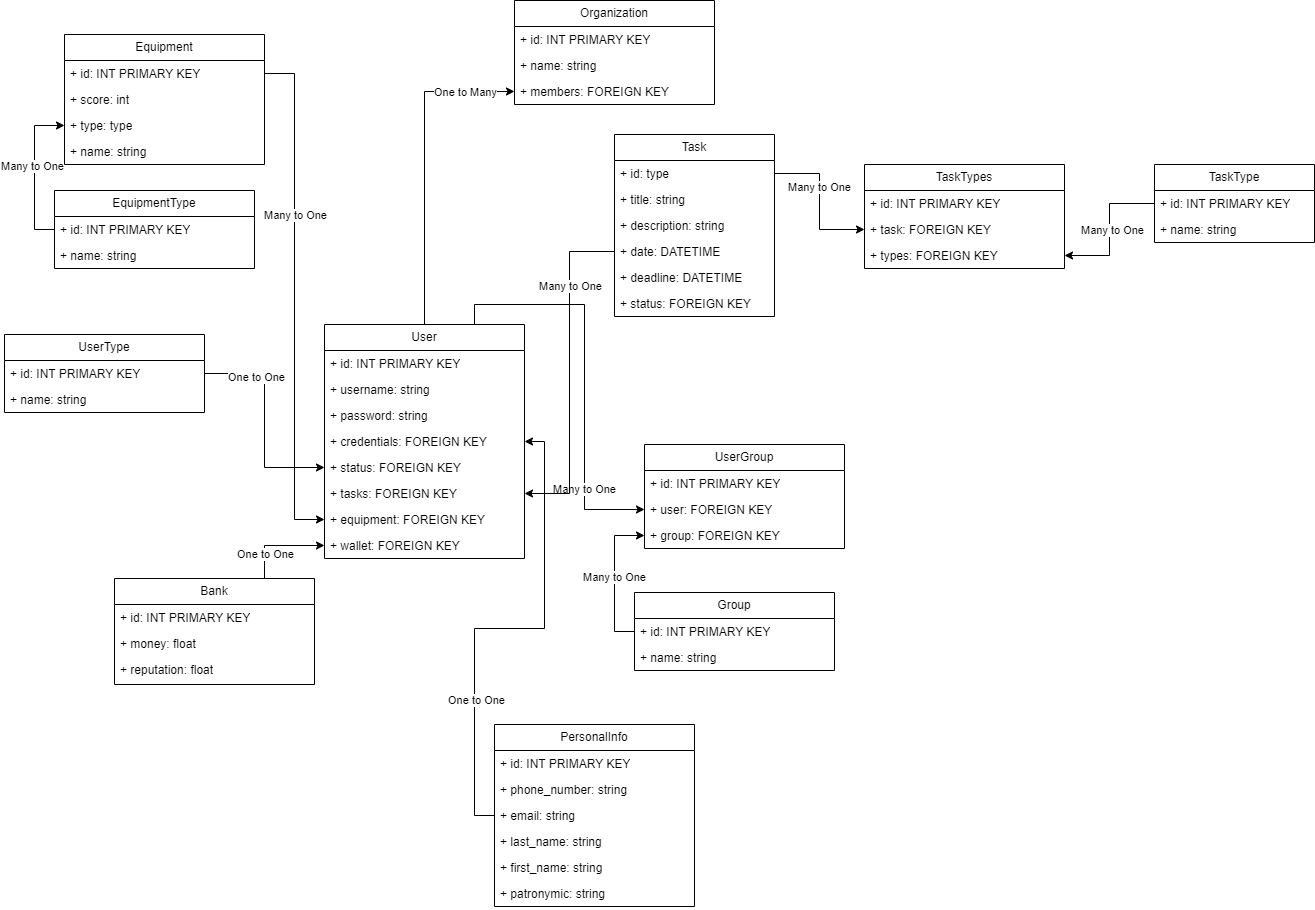
NLShiro/BasedDannye keeps this draw.io diagram as LR1Diagram.drawio.png. Above is the earlier version. Source tidied: cells renumbered, new cells last; positions are measured from the earlier drawing's top-left corner, leaving out a move shared by most shapes.
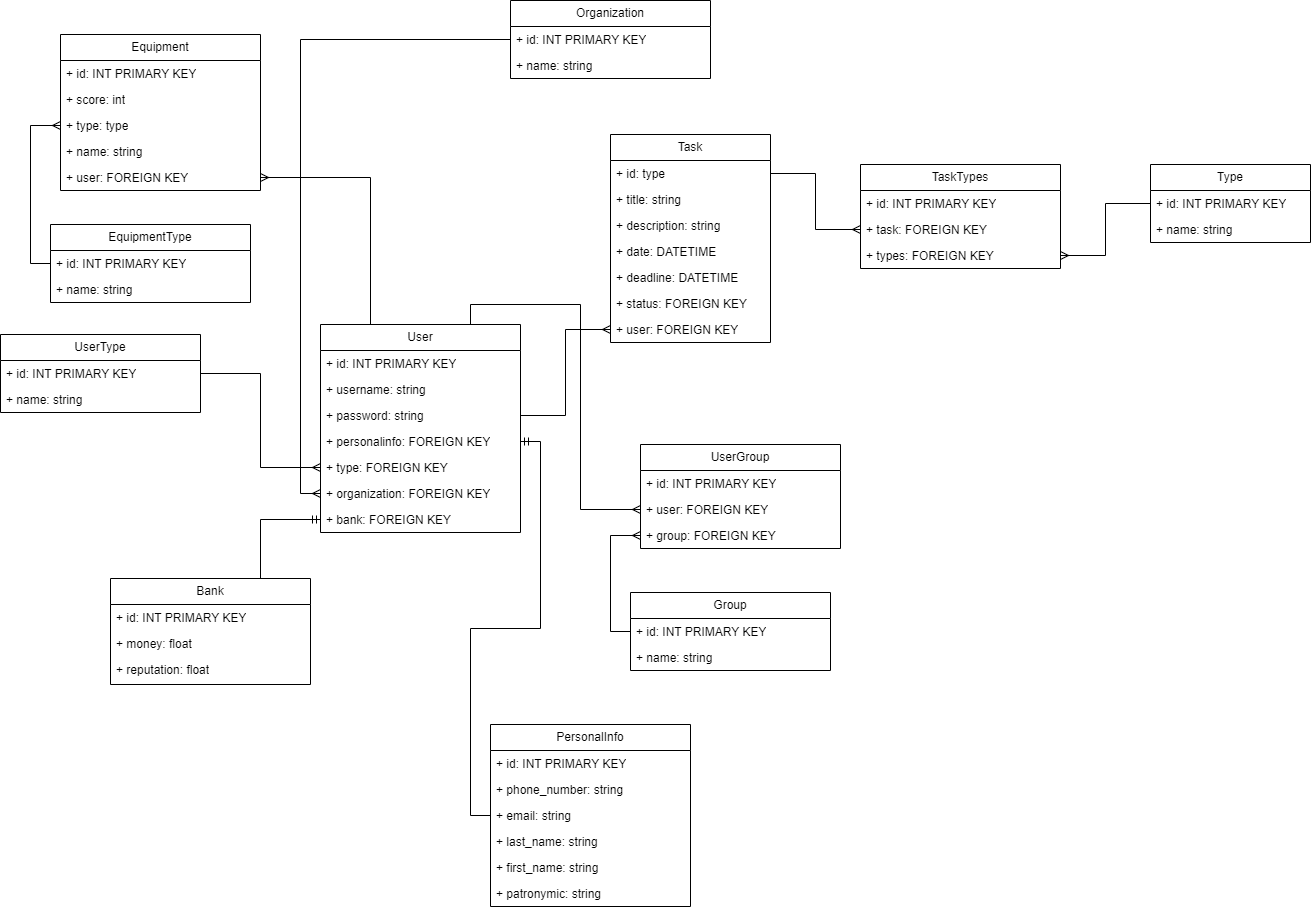
The same file after the commit.

What changed in the source:
```diff
@@ -2,20 +2,14 @@
   <root>
     <mxCell id="0" />
     <mxCell id="1" parent="0" />
-    <mxCell id="2" style="edgeStyle=orthogonalEdgeStyle;rounded=0;jettySize=auto;html=1;exitX=0.75;exitY=0;exitDx=0;exitDy=0;entryX=0;entryY=0.5;entryDx=0;entryDy=0;" parent="1" edge="1" source="6" target="42">
+    <mxCell id="2" style="edgeStyle=orthogonalEdgeStyle;rounded=0;jettySize=auto;html=1;exitX=0.75;exitY=0;exitDx=0;exitDy=0;entryX=0;entryY=0.5;entryDx=0;entryDy=0;endArrow=ERmany;endFill=0;" parent="1" edge="1" source="6" target="42">
       <mxGeometry relative="1" as="geometry" />
     </mxCell>
-    <mxCell id="3" value="Many to One" style="edgeLabel;html=1;align=center;verticalAlign=middle;" parent="2" vertex="1">
-      <mxGeometry x="0.59" y="-1" relative="1" as="geometry" />
-    </mxCell>
-    <mxCell id="4" style="edgeStyle=orthogonalEdgeStyle;rounded=0;jettySize=auto;html=1;exitX=0.5;exitY=0;exitDx=0;exitDy=0;entryX=0;entryY=0.5;entryDx=0;entryDy=0;" parent="1" edge="1" source="6" target="50">
-      <mxGeometry relative="1" as="geometry" />
-    </mxCell>
-    <mxCell id="5" value="One to Many" style="edgeLabel;html=1;align=center;verticalAlign=middle;" parent="4" vertex="1">
-      <mxGeometry x="0.69" relative="1" as="geometry" />
-    </mxCell>
+    <mxCell id="80" style="edgeStyle=orthogonalEdgeStyle;rounded=0;jettySize=auto;html=1;exitX=0.25;exitY=0;exitDx=0;exitDy=0;entryX=1;entryY=0.5;entryDx=0;entryDy=0;endArrow=ERmany;endFill=0;" parent="1" edge="1" source="6" target="13">
+      <mxGeometry relative="1" as="geometry" />
+    </mxCell>
     <mxCell id="6" value="User" style="swimlane;fontStyle=0;horizontal=1;startSize=26;fillColor=none;whiteSpace=wrap;html=1;" parent="1" vertex="1">
-      <mxGeometry x="320" y="324" width="200" height="234" as="geometry" />
+      <mxGeometry x="320" y="324" width="200" height="208" as="geometry" />
     </mxCell>
     <mxCell id="7" value="+ id: INT PRIMARY KEY" style="text;strokeColor=none;fillColor=none;align=left;verticalAlign=top;spacingLeft=4;spacingRight=4;overflow=hidden;whiteSpace=wrap;html=1;" parent="6" vertex="1">
       <mxGeometry y="26" width="200" height="26" as="geometry" />
@@ -26,20 +20,17 @@
     <mxCell id="9" value="+ password: string" style="text;strokeColor=none;fillColor=none;align=left;verticalAlign=top;spacingLeft=4;spacingRight=4;overflow=hidden;points=[[0,0.5],[1,0.5]];portConstraint=eastwest;whiteSpace=wrap;html=1;" parent="6" vertex="1">
       <mxGeometry y="78" width="200" height="26" as="geometry" />
     </mxCell>
-    <mxCell id="10" value="+ credentials: FOREIGN KEY" style="text;strokeColor=none;fillColor=none;align=left;verticalAlign=top;spacingLeft=4;spacingRight=4;overflow=hidden;points=[[0,0.5],[1,0.5]];portConstraint=eastwest;whiteSpace=wrap;html=1;" parent="6" vertex="1">
+    <mxCell id="10" value="+ personalinfo: FOREIGN KEY" style="text;strokeColor=none;fillColor=none;align=left;verticalAlign=top;spacingLeft=4;spacingRight=4;overflow=hidden;points=[[0,0.5],[1,0.5]];portConstraint=eastwest;whiteSpace=wrap;html=1;" parent="6" vertex="1">
       <mxGeometry y="104" width="200" height="26" as="geometry" />
     </mxCell>
-    <mxCell id="11" value="+ status: FOREIGN KEY" style="text;strokeColor=none;fillColor=none;align=left;verticalAlign=top;spacingLeft=4;spacingRight=4;overflow=hidden;points=[[0,0.5],[1,0.5]];portConstraint=eastwest;whiteSpace=wrap;html=1;" parent="6" vertex="1">
+    <mxCell id="11" value="+ type: FOREIGN KEY" style="text;strokeColor=none;fillColor=none;align=left;verticalAlign=top;spacingLeft=4;spacingRight=4;overflow=hidden;points=[[0,0.5],[1,0.5]];portConstraint=eastwest;whiteSpace=wrap;html=1;" parent="6" vertex="1">
       <mxGeometry y="130" width="200" height="26" as="geometry" />
     </mxCell>
-    <mxCell id="12" value="+ tasks: FOREIGN KEY" style="text;strokeColor=none;fillColor=none;align=left;verticalAlign=top;spacingLeft=4;spacingRight=4;overflow=hidden;points=[[0,0.5],[1,0.5]];portConstraint=eastwest;whiteSpace=wrap;html=1;" parent="6" vertex="1">
-      <mxGeometry y="156" width="200" height="26" as="geometry" />
-    </mxCell>
-    <mxCell id="13" value="+ equipment: FOREIGN KEY" style="text;strokeColor=none;fillColor=none;align=left;verticalAlign=top;spacingLeft=4;spacingRight=4;overflow=hidden;points=[[0,0.5],[1,0.5]];portConstraint=eastwest;whiteSpace=wrap;html=1;" parent="6" vertex="1">
-      <mxGeometry y="182" width="200" height="26" as="geometry" />
-    </mxCell>
+    <mxCell id="50" value="+ organization: FOREIGN KEY" style="text;strokeColor=none;fillColor=none;align=left;verticalAlign=top;spacingLeft=4;spacingRight=4;overflow=hidden;points=[[0,0.5],[1,0.5]];portConstraint=eastwest;whiteSpace=wrap;html=1;" parent="6" vertex="1">
+      <mxGeometry y="156" width="200" height="26" as="geometry" />
+    </mxCell>
-    <mxCell id="14" value="+ wallet: FOREIGN KEY" style="text;strokeColor=none;fillColor=none;align=left;verticalAlign=top;spacingLeft=4;spacingRight=4;overflow=hidden;points=[[0,0.5],[1,0.5]];portConstraint=eastwest;whiteSpace=wrap;html=1;" parent="6" vertex="1">
-      <mxGeometry y="208" width="200" height="26" as="geometry" />
+    <mxCell id="14" value="+ bank: FOREIGN KEY" style="text;strokeColor=none;fillColor=none;align=left;verticalAlign=top;spacingLeft=4;spacingRight=4;overflow=hidden;points=[[0,0.5],[1,0.5]];portConstraint=eastwest;whiteSpace=wrap;html=1;" parent="6" vertex="1">
+      <mxGeometry y="182" width="200" height="26" as="geometry" />
     </mxCell>
     <mxCell id="15" value="PersonalInfo" style="swimlane;fontStyle=0;horizontal=1;startSize=26;fillColor=none;whiteSpace=wrap;html=1;" parent="1" vertex="1">
       <mxGeometry x="490" y="724" width="200" height="182" as="geometry" />
@@ -72,7 +63,7 @@
       <mxGeometry y="52" width="200" height="26" as="geometry" />
     </mxCell>
     <mxCell id="25" value="Task" style="swimlane;fontStyle=0;horizontal=1;startSize=26;fillColor=none;whiteSpace=wrap;html=1;" parent="1" vertex="1">
-      <mxGeometry x="610" y="134" width="160" height="182" as="geometry" />
+      <mxGeometry x="610" y="134" width="160" height="208" as="geometry" />
     </mxCell>
     <mxCell id="26" value="+ id: type" style="text;strokeColor=none;fillColor=none;align=left;verticalAlign=top;spacingLeft=4;spacingRight=4;overflow=hidden;points=[[0,0.5],[1,0.5]];portConstraint=eastwest;whiteSpace=wrap;html=1;" parent="25" vertex="1">
       <mxGeometry y="26" width="160" height="26" as="geometry" />
@@ -92,7 +83,10 @@
     <mxCell id="31" value="+ status: FOREIGN KEY" style="text;strokeColor=none;fillColor=none;align=left;verticalAlign=top;spacingLeft=4;spacingRight=4;overflow=hidden;whiteSpace=wrap;html=1;" parent="25" vertex="1">
       <mxGeometry y="156" width="160" height="26" as="geometry" />
     </mxCell>
+    <mxCell id="12" value="+ user: FOREIGN KEY" style="text;strokeColor=none;fillColor=none;align=left;verticalAlign=top;spacingLeft=4;spacingRight=4;overflow=hidden;points=[[0,0.5],[1,0.5]];portConstraint=eastwest;whiteSpace=wrap;html=1;" parent="25" vertex="1">
+      <mxGeometry y="182" width="160" height="26" as="geometry" />
+    </mxCell>
-    <mxCell id="32" value="TaskType" style="swimlane;fontStyle=0;horizontal=1;startSize=26;fillColor=none;whiteSpace=wrap;html=1;" parent="1" vertex="1">
+    <mxCell id="32" value="Type" style="swimlane;fontStyle=0;horizontal=1;startSize=26;fillColor=none;whiteSpace=wrap;html=1;" parent="1" vertex="1">
       <mxGeometry x="1150" y="164" width="160" height="78" as="geometry" />
     </mxCell>
     <mxCell id="33" value="+ id: INT PRIMARY KEY" style="text;strokeColor=none;fillColor=none;align=left;verticalAlign=top;spacingLeft=4;spacingRight=4;overflow=hidden;points=[[0,0.5],[1,0.5]];portConstraint=eastwest;whiteSpace=wrap;html=1;" parent="32" vertex="1">
@@ -102,7 +96,7 @@
       <mxGeometry y="52" width="160" height="26" as="geometry" />
     </mxCell>
     <mxCell id="35" value="Equipment" style="swimlane;fontStyle=0;horizontal=1;startSize=26;fillColor=none;whiteSpace=wrap;html=1;" parent="1" vertex="1">
-      <mxGeometry x="60" y="34" width="200" height="130" as="geometry" />
+      <mxGeometry x="60" y="34" width="200" height="156" as="geometry" />
     </mxCell>
     <mxCell id="36" value="+ id: INT PRIMARY KEY" style="text;strokeColor=none;fillColor=none;align=left;verticalAlign=top;spacingLeft=4;spacingRight=4;overflow=hidden;points=[[0,0.5],[1,0.5]];portConstraint=eastwest;whiteSpace=wrap;html=1;" parent="35" vertex="1">
       <mxGeometry y="26" width="200" height="26" as="geometry" />
@@ -116,6 +110,9 @@
     <mxCell id="39" value="+ name: string" style="text;strokeColor=none;fillColor=none;align=left;verticalAlign=top;spacingLeft=4;spacingRight=4;overflow=hidden;whiteSpace=wrap;html=1;" parent="35" vertex="1">
       <mxGeometry y="104" width="200" height="26" as="geometry" />
     </mxCell>
+    <mxCell id="13" value="+ user: FOREIGN KEY" style="text;strokeColor=none;fillColor=none;align=left;verticalAlign=top;spacingLeft=4;spacingRight=4;overflow=hidden;points=[[0,0.5],[1,0.5]];portConstraint=eastwest;whiteSpace=wrap;html=1;" parent="35" vertex="1">
+      <mxGeometry y="130" width="200" height="26" as="geometry" />
+    </mxCell>
     <mxCell id="40" value="UserGroup" style="swimlane;fontStyle=0;horizontal=1;startSize=26;fillColor=none;whiteSpace=wrap;html=1;" parent="1" vertex="1">
       <mxGeometry x="640" y="444" width="200" height="104" as="geometry" />
     </mxCell>
@@ -138,7 +135,7 @@
       <mxGeometry y="52" width="200" height="26" as="geometry" />
     </mxCell>
     <mxCell id="47" value="Organization" style="swimlane;fontStyle=0;horizontal=1;startSize=26;fillColor=none;whiteSpace=wrap;html=1;" parent="1" vertex="1">
-      <mxGeometry x="510" width="200" height="104" as="geometry" />
+      <mxGeometry x="510" width="200" height="78" as="geometry" />
     </mxCell>
     <mxCell id="48" value="+ id: INT PRIMARY KEY" style="text;strokeColor=none;fillColor=none;align=left;verticalAlign=top;spacingLeft=4;spacingRight=4;overflow=hidden;points=[[0,0.5],[1,0.5]];portConstraint=eastwest;whiteSpace=wrap;html=1;" parent="47" vertex="1">
       <mxGeometry y="26" width="200" height="26" as="geometry" />
@@ -146,15 +143,9 @@
     <mxCell id="49" value="+ name: string" style="text;strokeColor=none;fillColor=none;align=left;verticalAlign=top;spacingLeft=4;spacingRight=4;overflow=hidden;whiteSpace=wrap;html=1;" parent="47" vertex="1">
       <mxGeometry y="52" width="200" height="26" as="geometry" />
     </mxCell>
-    <mxCell id="50" value="+ members: FOREIGN KEY" style="text;strokeColor=none;fillColor=none;align=left;verticalAlign=top;spacingLeft=4;spacingRight=4;overflow=hidden;points=[[0,0.5],[1,0.5]];portConstraint=eastwest;whiteSpace=wrap;html=1;" parent="47" vertex="1">
-      <mxGeometry y="78" width="200" height="26" as="geometry" />
-    </mxCell>
-    <mxCell id="51" style="edgeStyle=orthogonalEdgeStyle;rounded=0;jettySize=auto;html=1;exitX=0.75;exitY=0;exitDx=0;exitDy=0;entryX=0;entryY=0.5;entryDx=0;entryDy=0;" parent="1" edge="1" source="53" target="14">
+    <mxCell id="51" style="edgeStyle=orthogonalEdgeStyle;rounded=0;jettySize=auto;html=1;exitX=0.75;exitY=0;exitDx=0;exitDy=0;entryX=0;entryY=0.5;entryDx=0;entryDy=0;endArrow=ERmandOne;endFill=0;" parent="1" edge="1" source="53" target="14">
       <mxGeometry relative="1" as="geometry" />
     </mxCell>
-    <mxCell id="52" value="One to One" style="edgeLabel;html=1;align=center;verticalAlign=middle;" parent="51" vertex="1">
-      <mxGeometry x="-0.47" relative="1" as="geometry" />
-    </mxCell>
     <mxCell id="53" value="Bank" style="swimlane;fontStyle=0;horizontal=1;startSize=26;fillColor=none;whiteSpace=wrap;html=1;" parent="1" vertex="1">
       <mxGeometry x="110" y="578" width="200" height="106" as="geometry" />
     </mxCell>
@@ -168,7 +159,7 @@
       <mxGeometry y="78" width="200" height="28" as="geometry" />
     </mxCell>
     <mxCell id="57" value="EquipmentType" style="swimlane;fontStyle=0;horizontal=1;startSize=26;fillColor=none;whiteSpace=wrap;html=1;" parent="1" vertex="1">
-      <mxGeometry x="50" y="190" width="200" height="78" as="geometry" />
+      <mxGeometry x="50" y="224" width="200" height="78" as="geometry" />
     </mxCell>
     <mxCell id="58" value="+ id: INT PRIMARY KEY" style="text;strokeColor=none;fillColor=none;align=left;verticalAlign=top;spacingLeft=4;spacingRight=4;overflow=hidden;points=[[0,0.5],[1,0.5]];portConstraint=eastwest;whiteSpace=wrap;html=1;" parent="57" vertex="1">
       <mxGeometry y="26" width="200" height="26" as="geometry" />
@@ -176,46 +167,18 @@
     <mxCell id="59" value="+ name: string" style="text;strokeColor=none;fillColor=none;align=left;verticalAlign=top;spacingLeft=4;spacingRight=4;overflow=hidden;whiteSpace=wrap;html=1;" parent="57" vertex="1">
       <mxGeometry y="52" width="200" height="26" as="geometry" />
     </mxCell>
-    <mxCell id="60" style="edgeStyle=orthogonalEdgeStyle;rounded=0;jettySize=auto;html=1;exitX=1;exitY=0.5;exitDx=0;exitDy=0;entryX=0;entryY=0.5;entryDx=0;entryDy=0;" parent="1" edge="1" source="23" target="11">
+    <mxCell id="60" style="edgeStyle=orthogonalEdgeStyle;rounded=0;jettySize=auto;html=1;exitX=1;exitY=0.5;exitDx=0;exitDy=0;entryX=0;entryY=0.5;entryDx=0;entryDy=0;endArrow=ERmany;endFill=0;" parent="1" edge="1" source="23" target="11">
       <mxGeometry relative="1" as="geometry" />
     </mxCell>
-    <mxCell id="61" value="One to One" style="edgeLabel;html=1;align=center;verticalAlign=middle;" parent="60" vertex="1">
-      <mxGeometry x="-0.68" y="-3" relative="1" as="geometry">
-        <mxPoint x="16" as="offset" />
-      </mxGeometry>
-    </mxCell>
-    <mxCell id="62" style="edgeStyle=orthogonalEdgeStyle;rounded=0;jettySize=auto;html=1;exitX=0;exitY=0.5;exitDx=0;exitDy=0;entryX=1;entryY=0.5;entryDx=0;entryDy=0;" parent="1" edge="1" source="29" target="12">
-      <mxGeometry relative="1" as="geometry" />
-    </mxCell>
-    <mxCell id="63" value="Many to One" style="edgeLabel;html=1;align=center;verticalAlign=middle;" parent="62" vertex="1">
-      <mxGeometry x="-0.52" relative="1" as="geometry" />
-    </mxCell>
-    <mxCell id="64" style="edgeStyle=orthogonalEdgeStyle;rounded=0;jettySize=auto;html=1;exitX=0;exitY=0.5;exitDx=0;exitDy=0;entryX=1;entryY=0.5;entryDx=0;entryDy=0;" parent="1" edge="1" source="18" target="10">
+    <mxCell id="64" style="edgeStyle=orthogonalEdgeStyle;rounded=0;jettySize=auto;html=1;exitX=0;exitY=0.5;exitDx=0;exitDy=0;entryX=1;entryY=0.5;entryDx=0;entryDy=0;endArrow=ERmandOne;endFill=0;" parent="1" edge="1" source="18" target="10">
       <mxGeometry relative="1" as="geometry" />
     </mxCell>
-    <mxCell id="65" value="One to One" style="edgeLabel;html=1;align=center;verticalAlign=middle;" parent="64" vertex="1">
-      <mxGeometry x="-0.44" y="-1" relative="1" as="geometry" />
-    </mxCell>
-    <mxCell id="66" style="edgeStyle=orthogonalEdgeStyle;rounded=0;jettySize=auto;html=1;exitX=0;exitY=0.5;exitDx=0;exitDy=0;entryX=0;entryY=0.5;entryDx=0;entryDy=0;" parent="1" edge="1" source="45" target="43">
+    <mxCell id="66" style="edgeStyle=orthogonalEdgeStyle;rounded=0;jettySize=auto;html=1;exitX=0;exitY=0.5;exitDx=0;exitDy=0;entryX=0;entryY=0.5;entryDx=0;entryDy=0;endArrow=ERmany;endFill=0;" parent="1" edge="1" source="45" target="43">
       <mxGeometry relative="1" as="geometry" />
     </mxCell>
-    <mxCell id="67" value="Many to One" style="edgeLabel;html=1;align=center;verticalAlign=middle;" parent="66" vertex="1">
-      <mxGeometry x="0.03" y="1" relative="1" as="geometry" />
-    </mxCell>
-    <mxCell id="68" style="edgeStyle=orthogonalEdgeStyle;rounded=0;jettySize=auto;html=1;exitX=1;exitY=0.5;exitDx=0;exitDy=0;entryX=0;entryY=0.5;entryDx=0;entryDy=0;" parent="1" edge="1" source="36" target="13">
-      <mxGeometry relative="1" as="geometry" />
-    </mxCell>
-    <mxCell id="69" value="Many to One" style="edgeLabel;html=1;align=center;verticalAlign=middle;" parent="68" vertex="1">
-      <mxGeometry x="-0.32" relative="1" as="geometry" />
-    </mxCell>
-    <mxCell id="70" style="edgeStyle=orthogonalEdgeStyle;rounded=0;jettySize=auto;html=1;exitX=0;exitY=0.5;exitDx=0;exitDy=0;entryX=0;entryY=0.5;entryDx=0;entryDy=0;verticalAlign=middle;" parent="1" edge="1" source="58" target="38">
+    <mxCell id="70" style="edgeStyle=orthogonalEdgeStyle;rounded=0;jettySize=auto;html=1;exitX=0;exitY=0.5;exitDx=0;exitDy=0;entryX=0;entryY=0.5;entryDx=0;entryDy=0;verticalAlign=middle;endArrow=ERmany;endFill=0;" parent="1" edge="1" source="58" target="38">
       <mxGeometry relative="1" as="geometry" />
     </mxCell>
-    <mxCell id="71" value="Many to One" style="edgeLabel;html=1;align=center;verticalAlign=middle;" parent="70" vertex="1">
-      <mxGeometry x="0.11" y="3" relative="1" as="geometry">
-        <mxPoint y="2" as="offset" />
-      </mxGeometry>
-    </mxCell>
     <mxCell id="72" value="TaskTypes" style="swimlane;fontStyle=0;horizontal=1;startSize=26;fillColor=none;whiteSpace=wrap;html=1;" parent="1" vertex="1">
       <mxGeometry x="860" y="164" width="200" height="104" as="geometry" />
     </mxCell>
@@ -228,17 +191,17 @@
     <mxCell id="75" value="+ types: FOREIGN KEY" style="text;strokeColor=none;fillColor=none;align=left;verticalAlign=top;spacingLeft=4;spacingRight=4;overflow=hidden;points=[[0,0.5],[1,0.5]];portConstraint=eastwest;whiteSpace=wrap;html=1;" parent="72" vertex="1">
       <mxGeometry y="78" width="200" height="26" as="geometry" />
     </mxCell>
-    <mxCell id="76" style="edgeStyle=orthogonalEdgeStyle;rounded=0;jettySize=auto;html=1;exitX=0;exitY=0.5;exitDx=0;exitDy=0;entryX=1;entryY=0.5;entryDx=0;entryDy=0;" parent="1" edge="1" source="33" target="75">
+    <mxCell id="76" style="edgeStyle=orthogonalEdgeStyle;rounded=0;jettySize=auto;html=1;exitX=0;exitY=0.5;exitDx=0;exitDy=0;entryX=1;entryY=0.5;entryDx=0;entryDy=0;endArrow=ERmany;endFill=0;" parent="1" edge="1" source="33" target="75">
       <mxGeometry relative="1" as="geometry" />
     </mxCell>
-    <mxCell id="77" value="Many to One" style="edgeLabel;html=1;align=center;verticalAlign=middle;" parent="76" vertex="1">
-      <mxGeometry y="2" relative="1" as="geometry" />
-    </mxCell>
-    <mxCell id="78" style="edgeStyle=orthogonalEdgeStyle;rounded=0;jettySize=auto;html=1;exitX=1;exitY=0.5;exitDx=0;exitDy=0;entryX=0;entryY=0.5;entryDx=0;entryDy=0;" parent="1" edge="1" source="26" target="74">
+    <mxCell id="78" style="edgeStyle=orthogonalEdgeStyle;rounded=0;jettySize=auto;html=1;exitX=1;exitY=0.5;exitDx=0;exitDy=0;entryX=0;entryY=0.5;entryDx=0;entryDy=0;endArrow=ERmany;endFill=0;" parent="1" edge="1" source="26" target="74">
       <mxGeometry relative="1" as="geometry" />
     </mxCell>
-    <mxCell id="79" value="Many to One" style="edgeLabel;html=1;align=center;verticalAlign=middle;" parent="78" vertex="1">
-      <mxGeometry x="-0.2" y="-1" relative="1" as="geometry" />
-    </mxCell>
+    <mxCell id="81" style="edgeStyle=orthogonalEdgeStyle;rounded=0;jettySize=auto;html=1;exitX=1;exitY=0.5;exitDx=0;exitDy=0;entryX=0;entryY=0.5;entryDx=0;entryDy=0;endArrow=ERmany;endFill=0;" parent="1" edge="1" source="9" target="12">
+      <mxGeometry relative="1" as="geometry" />
+    </mxCell>
+    <mxCell id="82" style="edgeStyle=orthogonalEdgeStyle;rounded=0;jettySize=auto;html=1;exitX=0;exitY=0.5;exitDx=0;exitDy=0;entryX=0;entryY=0.5;entryDx=0;entryDy=0;endArrow=ERmany;endFill=0;" parent="1" edge="1" source="48" target="50">
+      <mxGeometry relative="1" as="geometry" />
+    </mxCell>
   </root>
 </mxGraphModel>
```
